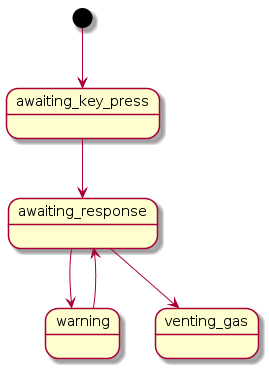
gitten/elixir-HomerFSM keeps this PlantUML diagram as fsm-dia.png. Above is the earlier version.
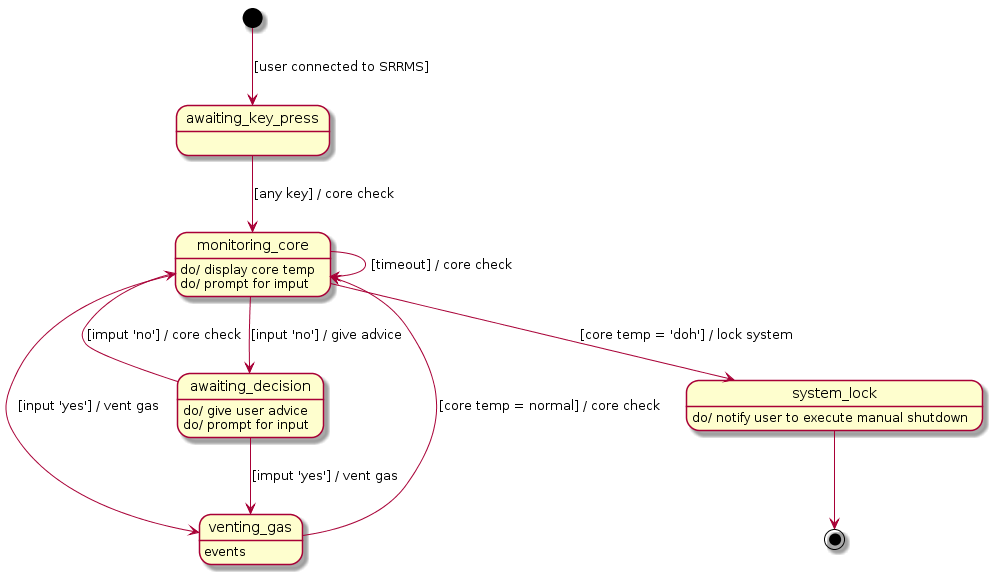
After the change.

Commit message:
update stupid state diagram

Diff of the diagram source:
```diff
@@ -1,9 +1,31 @@
 @startuml
-               [*] --> awaiting_key_press
-awaiting_key_press --> awaiting_response
- awaiting_response --> warning
-           warning --> awaiting_response
- awaiting_response --> venting_gas
+
+
+               [*] --> awaiting_key_press : [user connected to SRRMS]
+awaiting_key_press --> monitoring_core : [any key] / core check
+
+   monitoring_core --> monitoring_core : [timeout] / core check
+   monitoring_core --> awaiting_decision : [input 'no'] / give advice
+
+ awaiting_decision --> monitoring_core : [imput 'no'] / core check
+ awaiting_decision --> venting_gas : [imput 'yes'] / vent gas
+
+   monitoring_core --> system_lock : [core temp = 'doh'] / lock system
+       system_lock --> [*]
+
+
+   monitoring_core --> venting_gas : [input 'yes'] / vent gas
+
+       venting_gas --> monitoring_core : [core temp = normal] / core check
+
+ awaiting_decision : do/ give user advice
+ awaiting_decision : do/ prompt for input
+   monitoring_core : do/ display core temp
+   monitoring_core : do/ prompt for imput
+       system_lock : do/ notify user to execute manual shutdown
+       venting_gas : events
+
+
 
 
 @enduml
```
